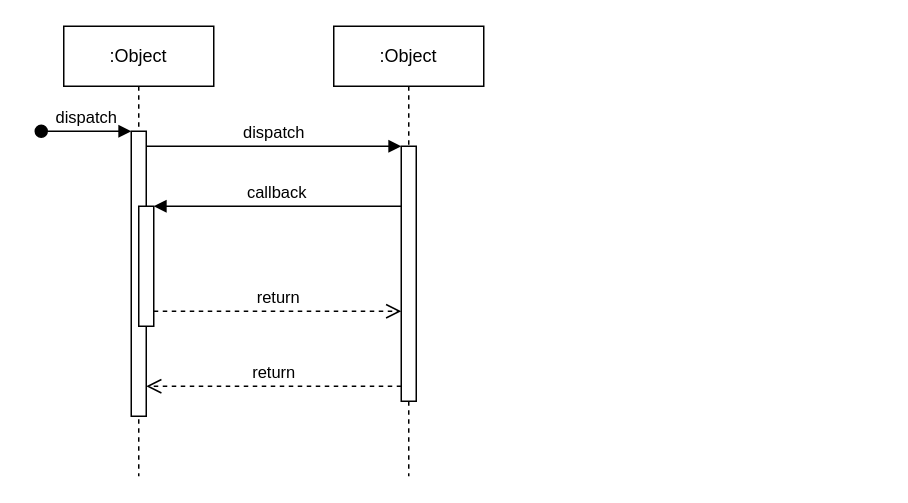
The draw.io diagram authz数据一致性时序图.drawio in elisaovivo/restful-api-demo, before the edit. Source tidied: cells renumbered, new cells numbered last; positions are measured from the earlier drawing's top-left corner, leaving out a move shared by most shapes. Both pictures are drawn from the tidied source at 150%, with x=0, y=0 at pixel (40, 26).
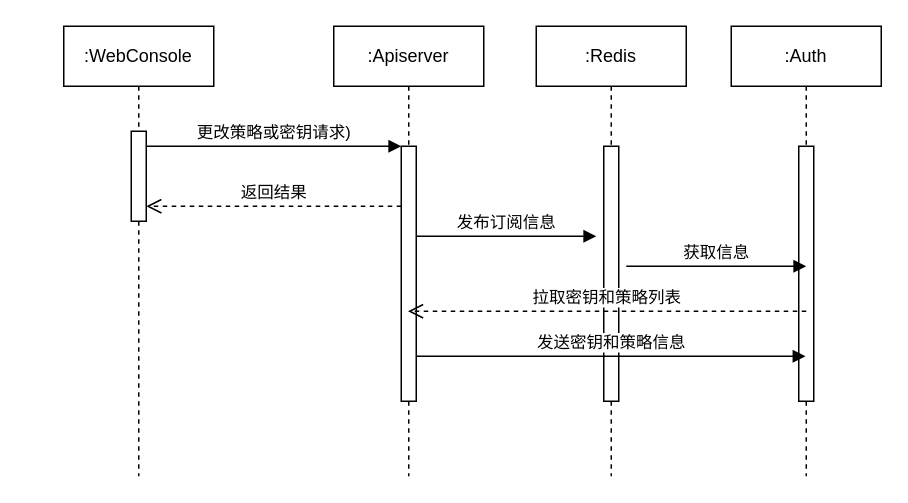
The same page after the edit.

Commit message:
更新authz数据一致性时序图.drawio

Unchanged cells that the change refers to:
```xml
<mxCell id="7" style="html=1;points=[];perimeter=orthogonalPerimeter;outlineConnect=0;targetShapes=umlLifeline;portConstraint=eastwest;newEdgeStyle={&quot;edgeStyle&quot;:&quot;elbowEdgeStyle&quot;,&quot;elbow&quot;:&quot;vertical&quot;,&quot;curved&quot;:0,&quot;rounded&quot;:0};" parent="6" vertex="1">
  <mxGeometry x="45" y="80" width="10" height="170" as="geometry" />
</mxCell>
```

Change to the diagram source:
```diff
@@
-    <mxCell id="2" value=":Object" style="shape=umlLifeline;perimeter=lifelinePerimeter;whiteSpace=wrap;html=1;newEdgeStyle={&quot;edgeStyle&quot;:&quot;elbowEdgeStyle&quot;,&quot;elbow&quot;:&quot;vertical&quot;,&quot;curved&quot;:0,&quot;rounded&quot;:0};" parent="1" vertex="1">
+    <mxCell id="2" value=":WebConsole" style="shape=umlLifeline;perimeter=lifelinePerimeter;whiteSpace=wrap;html=1;newEdgeStyle={&quot;edgeStyle&quot;:&quot;elbowEdgeStyle&quot;,&quot;elbow&quot;:&quot;vertical&quot;,&quot;curved&quot;:0,&quot;rounded&quot;:0};" parent="1" vertex="1">
       <mxGeometry x="15" width="100" height="300" as="geometry" />
     </mxCell>
     <mxCell id="3" style="html=1;points=[];perimeter=orthogonalPerimeter;outlineConnect=0;targetShapes=umlLifeline;portConstraint=eastwest;newEdgeStyle={&quot;edgeStyle&quot;:&quot;elbowEdgeStyle&quot;,&quot;elbow&quot;:&quot;vertical&quot;,&quot;curved&quot;:0,&quot;rounded&quot;:0};" parent="2" vertex="1">
-      <mxGeometry x="45" y="70" width="10" height="190" as="geometry" />
+      <mxGeometry x="45" y="70" width="10" height="60" as="geometry" />
     </mxCell>
-    <mxCell id="4" value="dispatch" style="html=1;verticalAlign=bottom;startArrow=oval;endArrow=block;startSize=8;edgeStyle=elbowEdgeStyle;elbow=vertical;curved=0;rounded=0;" parent="2" edge="1" target="3">
-      <mxGeometry relative="1" as="geometry">
-        <mxPoint x="-15" y="70" as="sourcePoint" />
-      </mxGeometry>
-    </mxCell>
-    <mxCell id="5" style="html=1;points=[];perimeter=orthogonalPerimeter;outlineConnect=0;targetShapes=umlLifeline;portConstraint=eastwest;newEdgeStyle={&quot;edgeStyle&quot;:&quot;elbowEdgeStyle&quot;,&quot;elbow&quot;:&quot;vertical&quot;,&quot;curved&quot;:0,&quot;rounded&quot;:0};" parent="2" vertex="1">
-      <mxGeometry x="50" y="120" width="10" height="80" as="geometry" />
-    </mxCell>
-    <mxCell id="6" value=":Object" style="shape=umlLifeline;perimeter=lifelinePerimeter;whiteSpace=wrap;html=1;outlineConnect=0;portConstraint=eastwest;newEdgeStyle={&quot;edgeStyle&quot;:&quot;elbowEdgeStyle&quot;,&quot;elbow&quot;:&quot;vertical&quot;,&quot;curved&quot;:0,&quot;rounded&quot;:0};" parent="1" vertex="1">
+    <mxCell id="6" value=":Apiserver" style="shape=umlLifeline;perimeter=lifelinePerimeter;whiteSpace=wrap;html=1;outlineConnect=0;portConstraint=eastwest;newEdgeStyle={&quot;edgeStyle&quot;:&quot;elbowEdgeStyle&quot;,&quot;elbow&quot;:&quot;vertical&quot;,&quot;curved&quot;:0,&quot;rounded&quot;:0};" parent="1" vertex="1">
       <mxGeometry x="195" width="100" height="300" as="geometry" />
     </mxCell>
@@
-    <mxCell id="8" value="dispatch" style="html=1;verticalAlign=bottom;endArrow=block;edgeStyle=elbowEdgeStyle;elbow=vertical;curved=0;rounded=0;" parent="1" edge="1" source="3" target="7">
+    <mxCell id="8" value="更改策略或密钥请求)" style="html=1;verticalAlign=bottom;endArrow=block;edgeStyle=elbowEdgeStyle;elbow=vertical;curved=0;rounded=0;" parent="1" edge="1" source="3" target="7">
       <mxGeometry relative="1" as="geometry">
         <Array as="points">
           <mxPoint x="155" y="80" />
         </Array>
       </mxGeometry>
     </mxCell>
-    <mxCell id="9" value="return" style="html=1;verticalAlign=bottom;endArrow=open;dashed=1;endSize=8;edgeStyle=elbowEdgeStyle;elbow=vertical;curved=0;rounded=0;" parent="1" edge="1" source="7" target="3">
-      <mxGeometry relative="1" as="geometry">
-        <Array as="points">
-          <mxPoint x="165" y="240" />
-        </Array>
-      </mxGeometry>
-    </mxCell>
-    <mxCell id="10" value="callback" style="html=1;verticalAlign=bottom;endArrow=block;edgeStyle=elbowEdgeStyle;elbow=vertical;curved=0;rounded=0;" parent="1" edge="1" source="7" target="5">
-      <mxGeometry relative="1" as="geometry">
-        <Array as="points">
-          <mxPoint x="165" y="120" />
-        </Array>
-      </mxGeometry>
-    </mxCell>
-    <mxCell id="11" value="return" style="html=1;verticalAlign=bottom;endArrow=open;dashed=1;endSize=8;edgeStyle=elbowEdgeStyle;elbow=vertical;curved=0;rounded=0;" parent="1" edge="1" source="5" target="7">
-      <mxGeometry relative="1" as="geometry">
-        <Array as="points">
-          <mxPoint x="155" y="190" />
-        </Array>
-      </mxGeometry>
-    </mxCell>
+    <mxCell id="12" value=":Redis" style="shape=umlLifeline;perimeter=lifelinePerimeter;whiteSpace=wrap;html=1;newEdgeStyle={&quot;edgeStyle&quot;:&quot;elbowEdgeStyle&quot;,&quot;elbow&quot;:&quot;vertical&quot;,&quot;curved&quot;:0,&quot;rounded&quot;:0};" parent="1" vertex="1">
+      <mxGeometry x="330" width="100" height="300" as="geometry" />
+    </mxCell>
+    <mxCell id="13" style="html=1;perimeter=orthogonalPerimeter;targetShapes=umlLifeline;newEdgeStyle={&quot;edgeStyle&quot;:&quot;elbowEdgeStyle&quot;,&quot;elbow&quot;:&quot;vertical&quot;,&quot;curved&quot;:0,&quot;rounded&quot;:0};" parent="12" vertex="1">
+      <mxGeometry x="45" y="80" width="10" height="170" as="geometry" />
+    </mxCell>
+    <mxCell id="14" value=":Auth" style="shape=umlLifeline;perimeter=lifelinePerimeter;whiteSpace=wrap;html=1;outlineConnect=0;portConstraint=eastwest;newEdgeStyle={&quot;edgeStyle&quot;:&quot;elbowEdgeStyle&quot;,&quot;elbow&quot;:&quot;vertical&quot;,&quot;curved&quot;:0,&quot;rounded&quot;:0};" parent="1" vertex="1">
+      <mxGeometry x="460" width="100" height="300" as="geometry" />
+    </mxCell>
+    <mxCell id="15" style="html=1;perimeter=orthogonalPerimeter;targetShapes=umlLifeline;newEdgeStyle={&quot;edgeStyle&quot;:&quot;elbowEdgeStyle&quot;,&quot;elbow&quot;:&quot;vertical&quot;,&quot;curved&quot;:0,&quot;rounded&quot;:0};" parent="14" vertex="1">
+      <mxGeometry x="45" y="80" width="10" height="170" as="geometry" />
+    </mxCell>
+    <mxCell id="16" value="返回结果" style="html=1;verticalAlign=bottom;endArrow=open;dashed=1;endSize=8;edgeStyle=elbowEdgeStyle;elbow=vertical;curved=0;rounded=0;" parent="1" edge="1">
+      <mxGeometry relative="1" as="geometry">
+        <mxPoint x="240" y="120" as="sourcePoint" />
+        <mxPoint x="70" y="120" as="targetPoint" />
+      </mxGeometry>
+    </mxCell>
+    <mxCell id="17" value="发布订阅信息" style="html=1;verticalAlign=bottom;endArrow=block;edgeStyle=elbowEdgeStyle;elbow=vertical;curved=0;rounded=0;" parent="1" edge="1">
+      <mxGeometry relative="1" as="geometry">
+        <mxPoint x="250" y="140" as="sourcePoint" />
+        <mxPoint x="370" y="140" as="targetPoint" />
+        <Array as="points">
+          <mxPoint x="335" y="140" />
+        </Array>
+      </mxGeometry>
+    </mxCell>
+    <mxCell id="18" value="获取信息" style="html=1;verticalAlign=bottom;endArrow=block;edgeStyle=elbowEdgeStyle;elbow=vertical;curved=0;rounded=0;" parent="1" edge="1">
+      <mxGeometry relative="1" as="geometry">
+        <mxPoint x="390" y="160" as="sourcePoint" />
+        <mxPoint x="510" y="160" as="targetPoint" />
+        <Array as="points">
+          <mxPoint x="475" y="160" />
+        </Array>
+      </mxGeometry>
+    </mxCell>
+    <mxCell id="19" value="拉取密钥和策略列表" style="html=1;verticalAlign=bottom;endArrow=open;dashed=1;endSize=8;edgeStyle=elbowEdgeStyle;elbow=vertical;curved=0;rounded=0;" parent="1" edge="1" target="6">
+      <mxGeometry relative="1" as="geometry">
+        <mxPoint x="510" y="190" as="sourcePoint" />
+      </mxGeometry>
+    </mxCell>
+    <mxCell id="20" value="发送密钥和策略信息" style="html=1;verticalAlign=bottom;endArrow=block;edgeStyle=elbowEdgeStyle;elbow=vertical;curved=0;rounded=0;" parent="1" edge="1" target="14">
+      <mxGeometry relative="1" as="geometry">
+        <mxPoint x="250" y="220" as="sourcePoint" />
+        <Array as="points">
+          <mxPoint x="335" y="220" />
+        </Array>
+      </mxGeometry>
+    </mxCell>
```
